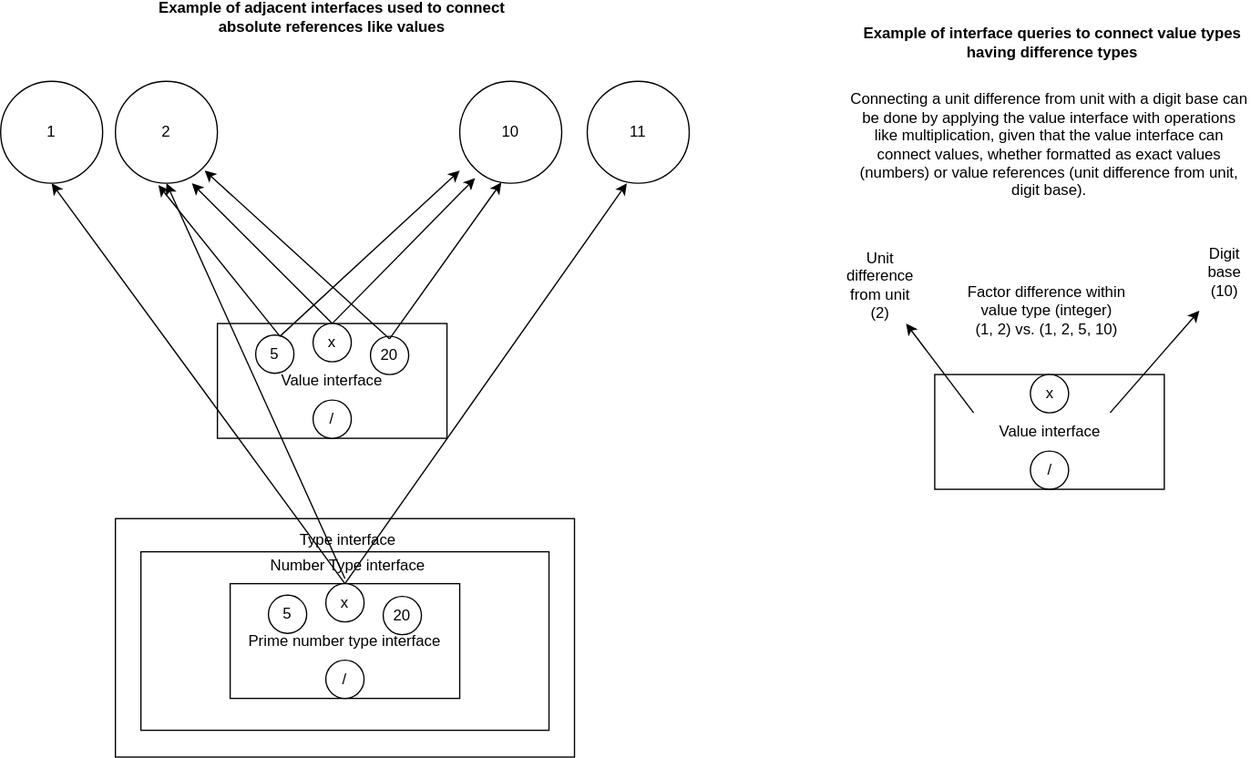
The draw.io diagram docs/objects/math.svg in outdreamer/build-a-cure, before a commit. Source tidied: cells renumbered, new cells last; positions are measured from the earlier drawing's top-left corner, leaving out a move shared by most shapes.
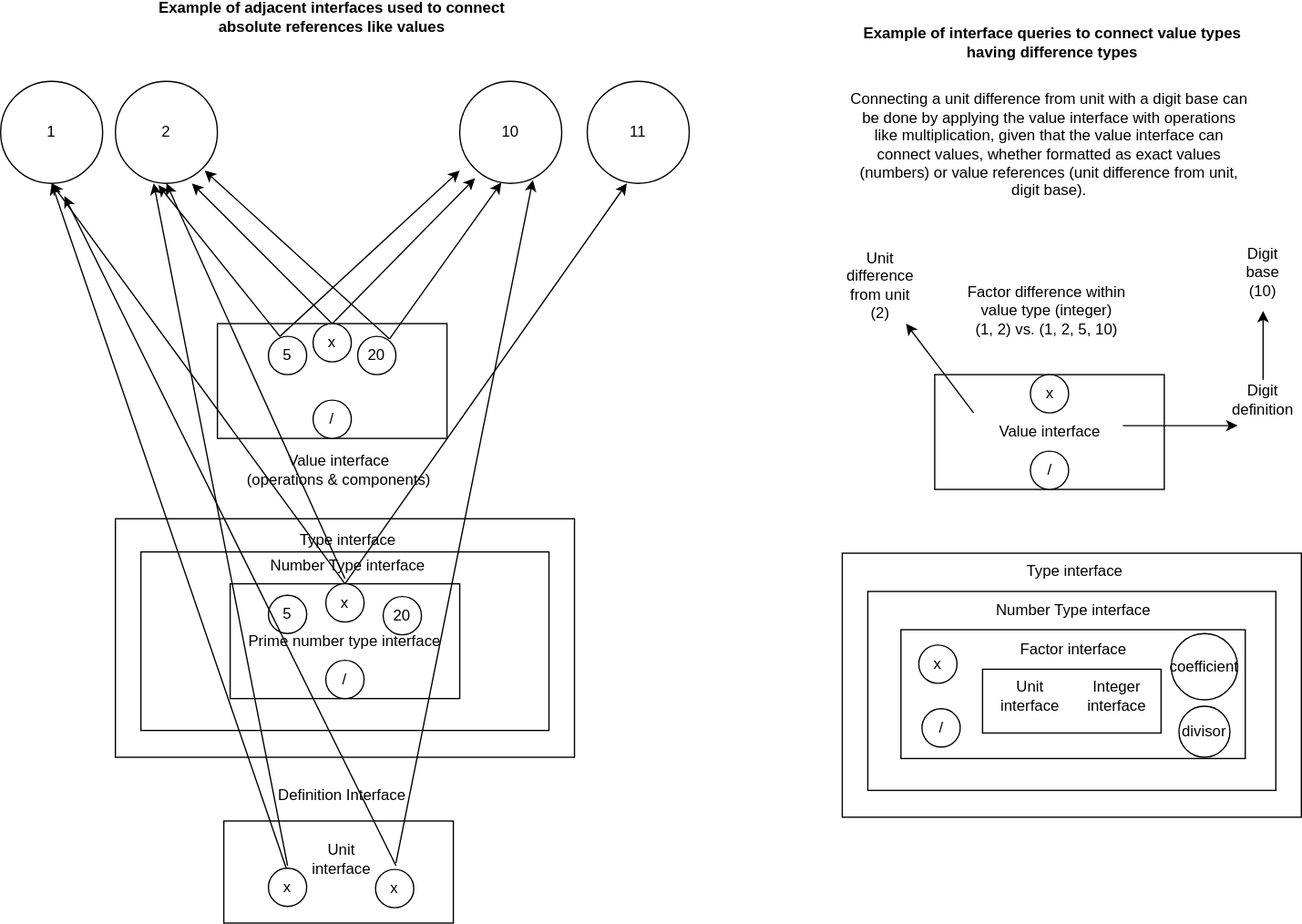
After the commit.

Commit message:
add math interface query connection diagram

The edit, as a diff of the source:
```diff
@@ -2,6 +2,9 @@
   <root>
     <mxCell id="0" />
     <mxCell id="1" parent="0" />
+    <mxCell id="40" style="rounded=0;whiteSpace=wrap;html=1;" parent="1" vertex="1">
+      <mxGeometry x="175" y="640" width="180" height="80" as="geometry" />
+    </mxCell>
     <mxCell id="2" style="rounded=0;whiteSpace=wrap;html=1;" parent="1" vertex="1">
       <mxGeometry x="90" y="403" width="360" height="187" as="geometry" />
     </mxCell>
@@ -27,7 +30,7 @@
         <mxPoint x="260" y="250" as="sourcePoint" />
       </mxGeometry>
     </mxCell>
-    <mxCell id="9" value="Value interface" style="rounded=0;whiteSpace=wrap;html=1;" parent="1" vertex="1">
+    <mxCell id="9" style="rounded=0;whiteSpace=wrap;html=1;" parent="1" vertex="1">
       <mxGeometry x="170" y="250" width="180" height="90" as="geometry" />
     </mxCell>
     <mxCell id="10" value="x" style="ellipse;whiteSpace=wrap;html=1;" parent="1" vertex="1">
@@ -37,10 +40,10 @@
       <mxGeometry x="245" y="310" width="30" height="30" as="geometry" />
     </mxCell>
     <mxCell id="12" value="5" style="ellipse;whiteSpace=wrap;html=1;" parent="1" vertex="1">
-      <mxGeometry x="200" y="259" width="30" height="30" as="geometry" />
+      <mxGeometry x="210" y="260" width="30" height="30" as="geometry" />
     </mxCell>
     <mxCell id="13" value="20" style="ellipse;whiteSpace=wrap;html=1;" parent="1" vertex="1">
-      <mxGeometry x="290" y="260" width="30" height="30" as="geometry" />
+      <mxGeometry x="280" y="260" width="30" height="30" as="geometry" />
     </mxCell>
     <mxCell id="14" style="endArrow=classic;html=1;entryX=0.388;entryY=1;entryDx=0;entryDy=0;entryPerimeter=0;" parent="1" edge="1" target="23">
       <mxGeometry relative="1" as="geometry">
@@ -100,15 +103,15 @@
       <mxGeometry x="670" y="210" width="40" height="20" as="geometry" />
     </mxCell>
     <mxCell id="31" value="Digit base (10)" style="text;html=1;strokeColor=none;fillColor=none;align=center;verticalAlign=middle;whiteSpace=wrap;rounded=0;" parent="1" vertex="1">
-      <mxGeometry x="940" y="200" width="40" height="20" as="geometry" />
+      <mxGeometry x="970" y="200" width="40" height="20" as="geometry" />
     </mxCell>
     <mxCell id="32" value="Factor difference within value type (integer)&lt;br&gt;(1, 2) vs. (1, 2, 5, 10)" style="text;html=1;strokeColor=none;fillColor=none;align=center;verticalAlign=middle;whiteSpace=wrap;rounded=0;" parent="1" vertex="1">
       <mxGeometry x="752.5" y="230" width="135" height="20" as="geometry" />
     </mxCell>
-    <mxCell id="33" style="endArrow=classic;html=1;" parent="1" edge="1">
+    <mxCell id="33" style="endArrow=classic;html=1;exitX=0.5;exitY=0;exitDx=0;exitDy=0;" parent="1" edge="1">
       <mxGeometry relative="1" as="geometry">
-        <mxPoint x="870" y="320" as="sourcePoint" />
-        <mxPoint x="940" y="240" as="targetPoint" />
+        <mxPoint x="990" y="294" as="sourcePoint" />
+        <mxPoint x="990" y="240" as="targetPoint" />
       </mxGeometry>
     </mxCell>
     <mxCell id="34" style="endArrow=classic;html=1;" parent="1" edge="1">
@@ -141,5 +144,86 @@
         <mxPoint x="305" y="262" as="sourcePoint" />
       </mxGeometry>
     </mxCell>
+    <mxCell id="41" style="endArrow=classic;html=1;" parent="1" edge="1">
+      <mxGeometry relative="1" as="geometry">
+        <mxPoint x="880" y="330" as="sourcePoint" />
+        <mxPoint x="970" y="330" as="targetPoint" />
+      </mxGeometry>
+    </mxCell>
+    <mxCell id="42" value="Digit definition" style="text;html=1;strokeColor=none;fillColor=none;align=center;verticalAlign=middle;whiteSpace=wrap;rounded=0;" parent="1" vertex="1">
+      <mxGeometry x="970" y="300" width="40" height="20" as="geometry" />
+    </mxCell>
+    <mxCell id="43" style="rounded=0;whiteSpace=wrap;html=1;" parent="1" vertex="1">
+      <mxGeometry x="660" y="430" width="360" height="207" as="geometry" />
+    </mxCell>
+    <mxCell id="44" style="rounded=0;whiteSpace=wrap;html=1;" parent="1" vertex="1">
+      <mxGeometry x="680" y="460" width="320" height="156" as="geometry" />
+    </mxCell>
+    <mxCell id="45" value="Number Type interface" style="text;html=1;strokeColor=none;fillColor=none;align=center;verticalAlign=middle;whiteSpace=wrap;rounded=0;" parent="1" vertex="1">
+      <mxGeometry x="753.5" y="465" width="175" height="20" as="geometry" />
+    </mxCell>
+    <mxCell id="46" style="rounded=0;whiteSpace=wrap;html=1;" parent="1" vertex="1">
+      <mxGeometry x="706" y="490" width="270" height="101" as="geometry" />
+    </mxCell>
+    <mxCell id="47" value="Type interface" style="text;html=1;strokeColor=none;fillColor=none;align=center;verticalAlign=middle;whiteSpace=wrap;rounded=0;" parent="1" vertex="1">
+      <mxGeometry x="755" y="434" width="175" height="20" as="geometry" />
+    </mxCell>
+    <mxCell id="48" value="Factor interface" style="text;html=1;strokeColor=none;fillColor=none;align=center;verticalAlign=middle;whiteSpace=wrap;rounded=0;" parent="1" vertex="1">
+      <mxGeometry x="753.5" y="496" width="175" height="20" as="geometry" />
+    </mxCell>
+    <mxCell id="49" style="rounded=0;whiteSpace=wrap;html=1;" parent="1" vertex="1">
+      <mxGeometry x="770" y="521" width="140" height="50" as="geometry" />
+    </mxCell>
+    <mxCell id="50" value="Unit &lt;br&gt;interface" style="text;html=1;strokeColor=none;fillColor=none;align=center;verticalAlign=middle;whiteSpace=wrap;rounded=0;" parent="1" vertex="1">
+      <mxGeometry x="765" y="532" width="85" height="20" as="geometry" />
+    </mxCell>
+    <mxCell id="51" value="Integer&lt;br&gt;interface" style="text;html=1;strokeColor=none;fillColor=none;align=center;verticalAlign=middle;whiteSpace=wrap;rounded=0;" parent="1" vertex="1">
+      <mxGeometry x="833" y="532" width="85" height="20" as="geometry" />
+    </mxCell>
+    <mxCell id="52" value="/" style="ellipse;whiteSpace=wrap;html=1;" parent="1" vertex="1">
+      <mxGeometry x="722.5" y="552" width="30" height="30" as="geometry" />
+    </mxCell>
+    <mxCell id="53" value="x" style="ellipse;whiteSpace=wrap;html=1;" parent="1" vertex="1">
+      <mxGeometry x="720" y="502" width="30" height="30" as="geometry" />
+    </mxCell>
+    <mxCell id="54" value="coefficient" style="ellipse;whiteSpace=wrap;html=1;" parent="1" vertex="1">
+      <mxGeometry x="918" y="493" width="52" height="52" as="geometry" />
+    </mxCell>
+    <mxCell id="55" value="divisor" style="ellipse;whiteSpace=wrap;html=1;" parent="1" vertex="1">
+      <mxGeometry x="924" y="550" width="40" height="40" as="geometry" />
+    </mxCell>
+    <mxCell id="56" value="&lt;span&gt;Value interface&lt;/span&gt;&lt;br&gt;&lt;span&gt;(operations &amp;amp; components)&lt;/span&gt;" style="text;html=1;align=center;verticalAlign=middle;strokeColor=none;" parent="1" vertex="1">
+      <mxGeometry x="185" y="350" width="160" height="30" as="geometry" />
+    </mxCell>
+    <mxCell id="57" value="Unit &lt;br&gt;interface" style="text;html=1;strokeColor=none;fillColor=none;align=center;verticalAlign=middle;whiteSpace=wrap;rounded=0;" parent="1" vertex="1">
+      <mxGeometry x="225" y="660" width="85" height="20" as="geometry" />
+    </mxCell>
+    <mxCell id="58" style="endArrow=classic;html=1;entryX=0.5;entryY=1;entryDx=0;entryDy=0;exitX=0;exitY=1;exitDx=0;exitDy=0;" parent="1" edge="1" source="57" target="21">
+      <mxGeometry relative="1" as="geometry" />
+    </mxCell>
+    <mxCell id="59" style="endArrow=classic;html=1;entryX=0.717;entryY=0.967;entryDx=0;entryDy=0;entryPerimeter=0;startArrow=none;" parent="1" edge="1" target="6">
+      <mxGeometry relative="1" as="geometry">
+        <mxPoint x="310" y="673" as="sourcePoint" />
+      </mxGeometry>
+    </mxCell>
+    <mxCell id="60" value="Definition Interface" style="text;html=1;strokeColor=none;fillColor=none;align=center;verticalAlign=middle;whiteSpace=wrap;rounded=0;" parent="1" vertex="1">
+      <mxGeometry x="178.8" y="610" width="177.5" height="20" as="geometry" />
+    </mxCell>
+    <mxCell id="61" style="endArrow=classic;html=1;exitX=0;exitY=0.75;exitDx=0;exitDy=0;" parent="1" edge="1" source="57">
+      <mxGeometry relative="1" as="geometry">
+        <mxPoint x="120" y="140" as="targetPoint" />
+      </mxGeometry>
+    </mxCell>
+    <mxCell id="62" style="endArrow=classic;html=1;entryX=0.5;entryY=1;entryDx=0;entryDy=0;exitX=1;exitY=0.75;exitDx=0;exitDy=0;" parent="1" edge="1" source="57">
+      <mxGeometry relative="1" as="geometry">
+        <mxPoint x="50" y="150" as="targetPoint" />
+      </mxGeometry>
+    </mxCell>
+    <mxCell id="63" value="x" style="ellipse;whiteSpace=wrap;html=1;" parent="1" vertex="1">
+      <mxGeometry x="210" y="677" width="30" height="30" as="geometry" />
+    </mxCell>
+    <mxCell id="64" value="x" style="ellipse;whiteSpace=wrap;html=1;" parent="1" vertex="1">
+      <mxGeometry x="294" y="678" width="30" height="30" as="geometry" />
+    </mxCell>
   </root>
 </mxGraphModel>
```
